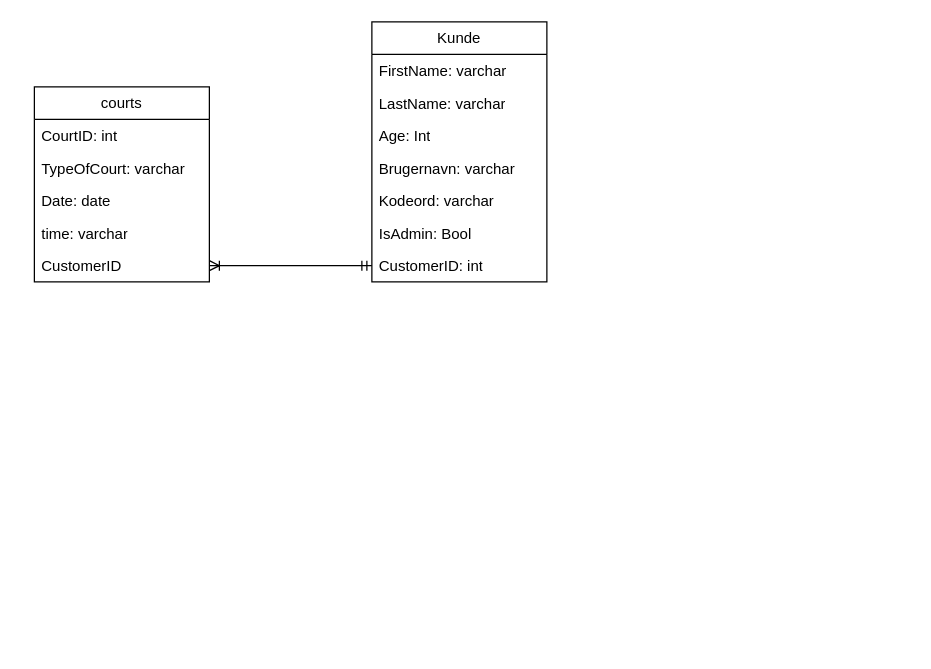
SuneVilsgaard/progb keeps this draw.io diagram as erdiagram.drawio. Above is the earlier version. Source tidied: cells renumbered, new cells numbered last; positions are measured from the earlier drawing's top-left corner, leaving out a move shared by most shapes. Both pictures are drawn from the tidied source at 125%, with x=0, y=0 at pixel (34, 21).
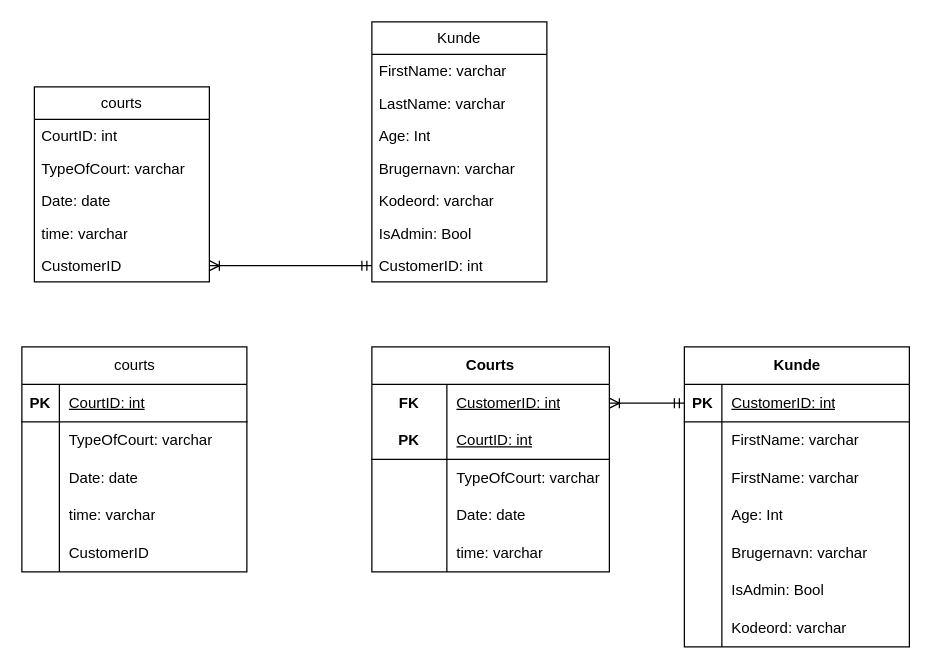
Above is the later version.

Change to the diagram source:
```diff
@@
+    <mxCell id="17" value="&lt;span style=&quot;font-weight: 400; text-wrap-mode: wrap;&quot;&gt;courts&lt;/span&gt;" style="shape=table;startSize=30;childLayout=tableLayout;rowLines=0;fontStyle=1;align=center;html=1;" parent="1" vertex="1">
+      <mxGeometry x="-10" y="260" width="180" height="180" as="geometry" />
+    </mxCell>
+    <mxCell id="18" style="shape=tableRow;horizontal=0;startSize=0;swimlaneHead=0;swimlaneBody=0;fillColor=none;top=0;left=0;right=0;bottom=1;" parent="17" vertex="1">
+      <mxGeometry y="30" width="180" height="30" as="geometry" />
+    </mxCell>
+    <mxCell id="19" value="PK" style="shape=partialRectangle;fillColor=none;top=0;left=0;bottom=0;right=0;fontStyle=1;overflow=hidden;whiteSpace=wrap;html=1;" parent="18" vertex="1">
+      <mxGeometry width="30" height="30" as="geometry" />
+    </mxCell>
+    <mxCell id="20" value="&lt;span style=&quot;font-weight: 400;&quot;&gt;CourtID: int&lt;/span&gt;" style="shape=partialRectangle;fillColor=none;top=0;left=0;bottom=0;right=0;align=left;spacingLeft=6;fontStyle=5;overflow=hidden;whiteSpace=wrap;html=1;" parent="18" vertex="1">
+      <mxGeometry x="30" width="150" height="30" as="geometry" />
+    </mxCell>
+    <mxCell id="21" style="shape=tableRow;horizontal=0;startSize=0;swimlaneHead=0;swimlaneBody=0;fillColor=none;top=0;left=0;right=0;bottom=0;" parent="17" vertex="1">
+      <mxGeometry y="60" width="180" height="30" as="geometry" />
+    </mxCell>
+    <mxCell id="22" style="shape=partialRectangle;fillColor=none;top=0;left=0;bottom=0;right=0;overflow=hidden;whiteSpace=wrap;html=1;" parent="21" vertex="1">
+      <mxGeometry width="30" height="30" as="geometry" />
+    </mxCell>
+    <mxCell id="23" value="TypeOfCourt: varchar" style="shape=partialRectangle;fillColor=none;top=0;left=0;bottom=0;right=0;align=left;spacingLeft=6;overflow=hidden;whiteSpace=wrap;html=1;" parent="21" vertex="1">
+      <mxGeometry x="30" width="150" height="30" as="geometry" />
+    </mxCell>
+    <mxCell id="24" style="shape=tableRow;horizontal=0;startSize=0;swimlaneHead=0;swimlaneBody=0;fillColor=none;top=0;left=0;right=0;bottom=0;" parent="17" vertex="1">
+      <mxGeometry y="90" width="180" height="30" as="geometry" />
+    </mxCell>
+    <mxCell id="25" style="shape=partialRectangle;fillColor=none;top=0;left=0;bottom=0;right=0;overflow=hidden;whiteSpace=wrap;html=1;" parent="24" vertex="1">
+      <mxGeometry width="30" height="30" as="geometry" />
+    </mxCell>
+    <mxCell id="26" value="Date: date" style="shape=partialRectangle;fillColor=none;top=0;left=0;bottom=0;right=0;align=left;spacingLeft=6;overflow=hidden;whiteSpace=wrap;html=1;" parent="24" vertex="1">
+      <mxGeometry x="30" width="150" height="30" as="geometry" />
+    </mxCell>
+    <mxCell id="27" style="shape=tableRow;horizontal=0;startSize=0;swimlaneHead=0;swimlaneBody=0;fillColor=none;top=0;left=0;right=0;bottom=0;" parent="17" vertex="1">
+      <mxGeometry y="120" width="180" height="30" as="geometry" />
+    </mxCell>
+    <mxCell id="28" style="shape=partialRectangle;fillColor=none;top=0;left=0;bottom=0;right=0;overflow=hidden;whiteSpace=wrap;html=1;" parent="27" vertex="1">
+      <mxGeometry width="30" height="30" as="geometry" />
+    </mxCell>
+    <mxCell id="29" value="time: varchar" style="shape=partialRectangle;fillColor=none;top=0;left=0;bottom=0;right=0;align=left;spacingLeft=6;overflow=hidden;whiteSpace=wrap;html=1;" parent="27" vertex="1">
+      <mxGeometry x="30" width="150" height="30" as="geometry" />
+    </mxCell>
+    <mxCell id="30" style="shape=tableRow;horizontal=0;startSize=0;swimlaneHead=0;swimlaneBody=0;fillColor=none;top=0;left=0;right=0;bottom=0;" parent="17" vertex="1">
+      <mxGeometry y="150" width="180" height="30" as="geometry" />
+    </mxCell>
+    <mxCell id="31" style="shape=partialRectangle;fillColor=none;top=0;left=0;bottom=0;right=0;overflow=hidden;whiteSpace=wrap;html=1;" parent="30" vertex="1">
+      <mxGeometry width="30" height="30" as="geometry" />
+    </mxCell>
+    <mxCell id="32" value="CustomerID" style="shape=partialRectangle;fillColor=none;top=0;left=0;bottom=0;right=0;align=left;spacingLeft=6;overflow=hidden;whiteSpace=wrap;html=1;" parent="30" vertex="1">
+      <mxGeometry x="30" width="150" height="30" as="geometry" />
+    </mxCell>
+    <mxCell id="33" value="Kunde" style="shape=table;startSize=30;childLayout=tableLayout;rowLines=0;fontStyle=1;align=center;html=1;" parent="1" vertex="1">
+      <mxGeometry x="520" y="260" width="180" height="240" as="geometry" />
+    </mxCell>
+    <mxCell id="34" style="shape=tableRow;horizontal=0;startSize=0;swimlaneHead=0;swimlaneBody=0;fillColor=none;points=[[0,0.5],[1,0.5]];portConstraint=eastwest;top=0;left=0;right=0;bottom=1;" parent="33" vertex="1">
+      <mxGeometry y="30" width="180" height="30" as="geometry" />
+    </mxCell>
+    <mxCell id="35" value="PK" style="shape=partialRectangle;fillColor=none;top=0;left=0;bottom=0;right=0;fontStyle=1;overflow=hidden;whiteSpace=wrap;html=1;" parent="34" vertex="1">
+      <mxGeometry width="30" height="30" as="geometry" />
+    </mxCell>
+    <mxCell id="36" value="&lt;span style=&quot;font-weight: 400;&quot;&gt;CustomerID: int&lt;/span&gt;" style="shape=partialRectangle;fillColor=none;top=0;left=0;bottom=0;right=0;align=left;spacingLeft=6;fontStyle=5;overflow=hidden;whiteSpace=wrap;html=1;" parent="34" vertex="1">
+      <mxGeometry x="30" width="150" height="30" as="geometry" />
+    </mxCell>
+    <mxCell id="37" style="shape=tableRow;horizontal=0;startSize=0;swimlaneHead=0;swimlaneBody=0;fillColor=none;top=0;left=0;right=0;bottom=0;" parent="33" vertex="1">
+      <mxGeometry y="60" width="180" height="30" as="geometry" />
+    </mxCell>
+    <mxCell id="38" style="shape=partialRectangle;fillColor=none;top=0;left=0;bottom=0;right=0;overflow=hidden;whiteSpace=wrap;html=1;" parent="37" vertex="1">
+      <mxGeometry width="30" height="30" as="geometry" />
+    </mxCell>
+    <mxCell id="39" value="FirstName: varchar" style="shape=partialRectangle;fillColor=none;top=0;left=0;bottom=0;right=0;align=left;spacingLeft=6;overflow=hidden;whiteSpace=wrap;html=1;" parent="37" vertex="1">
+      <mxGeometry x="30" width="150" height="30" as="geometry" />
+    </mxCell>
+    <mxCell id="40" style="shape=tableRow;horizontal=0;startSize=0;swimlaneHead=0;swimlaneBody=0;fillColor=none;top=0;left=0;right=0;bottom=0;" parent="33" vertex="1">
+      <mxGeometry y="90" width="180" height="30" as="geometry" />
+    </mxCell>
+    <mxCell id="41" style="shape=partialRectangle;fillColor=none;top=0;left=0;bottom=0;right=0;overflow=hidden;whiteSpace=wrap;html=1;" parent="40" vertex="1">
+      <mxGeometry width="30" height="30" as="geometry" />
+    </mxCell>
+    <mxCell id="42" value="FirstName: varchar" style="shape=partialRectangle;fillColor=none;top=0;left=0;bottom=0;right=0;align=left;spacingLeft=6;overflow=hidden;whiteSpace=wrap;html=1;" parent="40" vertex="1">
+      <mxGeometry x="30" width="150" height="30" as="geometry" />
+    </mxCell>
+    <mxCell id="43" style="shape=tableRow;horizontal=0;startSize=0;swimlaneHead=0;swimlaneBody=0;fillColor=none;top=0;left=0;right=0;bottom=0;" parent="33" vertex="1">
+      <mxGeometry y="120" width="180" height="30" as="geometry" />
+    </mxCell>
+    <mxCell id="44" style="shape=partialRectangle;fillColor=none;top=0;left=0;bottom=0;right=0;overflow=hidden;whiteSpace=wrap;html=1;" parent="43" vertex="1">
+      <mxGeometry width="30" height="30" as="geometry" />
+    </mxCell>
+    <mxCell id="45" value="Age: Int" style="shape=partialRectangle;fillColor=none;top=0;left=0;bottom=0;right=0;align=left;spacingLeft=6;overflow=hidden;whiteSpace=wrap;html=1;" parent="43" vertex="1">
+      <mxGeometry x="30" width="150" height="30" as="geometry" />
+    </mxCell>
+    <mxCell id="46" style="shape=tableRow;horizontal=0;startSize=0;swimlaneHead=0;swimlaneBody=0;fillColor=none;top=0;left=0;right=0;bottom=0;" parent="33" vertex="1">
+      <mxGeometry y="150" width="180" height="30" as="geometry" />
+    </mxCell>
+    <mxCell id="47" style="shape=partialRectangle;fillColor=none;top=0;left=0;bottom=0;right=0;overflow=hidden;whiteSpace=wrap;html=1;" parent="46" vertex="1">
+      <mxGeometry width="30" height="30" as="geometry" />
+    </mxCell>
+    <mxCell id="48" value="Brugernavn: varchar" style="shape=partialRectangle;fillColor=none;top=0;left=0;bottom=0;right=0;align=left;spacingLeft=6;overflow=hidden;whiteSpace=wrap;html=1;" parent="46" vertex="1">
+      <mxGeometry x="30" width="150" height="30" as="geometry" />
+    </mxCell>
+    <mxCell id="49" style="shape=tableRow;horizontal=0;startSize=0;swimlaneHead=0;swimlaneBody=0;fillColor=none;top=0;left=0;right=0;bottom=0;" parent="33" vertex="1">
+      <mxGeometry y="180" width="180" height="30" as="geometry" />
+    </mxCell>
+    <mxCell id="50" style="shape=partialRectangle;fillColor=none;top=0;left=0;bottom=0;right=0;overflow=hidden;whiteSpace=wrap;html=1;" parent="49" vertex="1">
+      <mxGeometry width="30" height="30" as="geometry" />
+    </mxCell>
+    <mxCell id="51" value="IsAdmin: Bool" style="shape=partialRectangle;fillColor=none;top=0;left=0;bottom=0;right=0;align=left;spacingLeft=6;overflow=hidden;whiteSpace=wrap;html=1;" parent="49" vertex="1">
+      <mxGeometry x="30" width="150" height="30" as="geometry" />
+    </mxCell>
+    <mxCell id="52" style="shape=tableRow;horizontal=0;startSize=0;swimlaneHead=0;swimlaneBody=0;fillColor=none;top=0;left=0;right=0;bottom=0;" parent="33" vertex="1">
+      <mxGeometry y="210" width="180" height="30" as="geometry" />
+    </mxCell>
+    <mxCell id="53" style="shape=partialRectangle;fillColor=none;top=0;left=0;bottom=0;right=0;overflow=hidden;whiteSpace=wrap;html=1;" parent="52" vertex="1">
+      <mxGeometry width="30" height="30" as="geometry" />
+    </mxCell>
+    <mxCell id="54" value="Kodeord: varchar" style="shape=partialRectangle;fillColor=none;top=0;left=0;bottom=0;right=0;align=left;spacingLeft=6;overflow=hidden;whiteSpace=wrap;html=1;" parent="52" vertex="1">
+      <mxGeometry x="30" width="150" height="30" as="geometry" />
+    </mxCell>
+    <mxCell id="55" value="Courts" style="shape=table;startSize=30;childLayout=tableLayout;rowLines=0;fontStyle=1;align=center;html=1;whiteSpace=wrap;" parent="1" vertex="1">
+      <mxGeometry x="270" y="260" width="190" height="180" as="geometry" />
+    </mxCell>
+    <mxCell id="56" style="shape=tableRow;horizontal=0;startSize=0;swimlaneHead=0;swimlaneBody=0;fillColor=none;points=[[0,0.5],[1,0.5]];portConstraint=eastwest;top=0;left=0;right=0;bottom=0;html=1;" parent="55" vertex="1">
+      <mxGeometry y="30" width="190" height="30" as="geometry" />
+    </mxCell>
+    <mxCell id="57" value="FK" style="shape=partialRectangle;fillColor=none;top=0;left=0;bottom=0;right=0;fontStyle=1;overflow=hidden;html=1;whiteSpace=wrap;" parent="56" vertex="1">
+      <mxGeometry width="60" height="30" as="geometry" />
+    </mxCell>
+    <mxCell id="58" value="&lt;span style=&quot;font-weight: 400;&quot;&gt;CustomerID: int&lt;/span&gt;" style="shape=partialRectangle;fillColor=none;top=0;left=0;bottom=0;right=0;align=left;spacingLeft=6;fontStyle=5;overflow=hidden;html=1;whiteSpace=wrap;" parent="56" vertex="1">
+      <mxGeometry x="60" width="130" height="30" as="geometry" />
+    </mxCell>
+    <mxCell id="59" style="shape=tableRow;horizontal=0;startSize=0;swimlaneHead=0;swimlaneBody=0;fillColor=none;top=0;left=0;right=0;bottom=1;html=1;" parent="55" vertex="1">
+      <mxGeometry y="60" width="190" height="30" as="geometry" />
+    </mxCell>
+    <mxCell id="60" value="PK" style="shape=partialRectangle;fillColor=none;top=0;left=0;bottom=0;right=0;fontStyle=1;overflow=hidden;html=1;whiteSpace=wrap;" parent="59" vertex="1">
+      <mxGeometry width="60" height="30" as="geometry" />
+    </mxCell>
+    <mxCell id="61" value="&lt;span style=&quot;font-weight: 400;&quot;&gt;CourtID: int&lt;/span&gt;" style="shape=partialRectangle;fillColor=none;top=0;left=0;bottom=0;right=0;align=left;spacingLeft=6;fontStyle=5;overflow=hidden;html=1;whiteSpace=wrap;" parent="59" vertex="1">
+      <mxGeometry x="60" width="130" height="30" as="geometry" />
+    </mxCell>
+    <mxCell id="62" style="shape=tableRow;horizontal=0;startSize=0;swimlaneHead=0;swimlaneBody=0;fillColor=none;top=0;left=0;right=0;bottom=0;html=1;" parent="55" vertex="1">
+      <mxGeometry y="90" width="190" height="30" as="geometry" />
+    </mxCell>
+    <mxCell id="63" style="shape=partialRectangle;fillColor=none;top=0;left=0;bottom=0;right=0;overflow=hidden;html=1;whiteSpace=wrap;" parent="62" vertex="1">
+      <mxGeometry width="60" height="30" as="geometry" />
+    </mxCell>
+    <mxCell id="64" value="TypeOfCourt: varchar" style="shape=partialRectangle;fillColor=none;top=0;left=0;bottom=0;right=0;align=left;spacingLeft=6;overflow=hidden;html=1;whiteSpace=wrap;" parent="62" vertex="1">
+      <mxGeometry x="60" width="130" height="30" as="geometry" />
+    </mxCell>
+    <mxCell id="65" style="shape=tableRow;horizontal=0;startSize=0;swimlaneHead=0;swimlaneBody=0;fillColor=none;top=0;left=0;right=0;bottom=0;html=1;" parent="55" vertex="1">
+      <mxGeometry y="120" width="190" height="30" as="geometry" />
+    </mxCell>
+    <mxCell id="66" style="shape=partialRectangle;fillColor=none;top=0;left=0;bottom=0;right=0;overflow=hidden;html=1;whiteSpace=wrap;" parent="65" vertex="1">
+      <mxGeometry width="60" height="30" as="geometry" />
+    </mxCell>
+    <mxCell id="67" value="Date: date" style="shape=partialRectangle;fillColor=none;top=0;left=0;bottom=0;right=0;align=left;spacingLeft=6;overflow=hidden;html=1;whiteSpace=wrap;" parent="65" vertex="1">
+      <mxGeometry x="60" width="130" height="30" as="geometry" />
+    </mxCell>
+    <mxCell id="68" style="shape=tableRow;horizontal=0;startSize=0;swimlaneHead=0;swimlaneBody=0;fillColor=none;top=0;left=0;right=0;bottom=0;html=1;" parent="55" vertex="1">
+      <mxGeometry y="150" width="190" height="30" as="geometry" />
+    </mxCell>
+    <mxCell id="69" style="shape=partialRectangle;fillColor=none;top=0;left=0;bottom=0;right=0;overflow=hidden;html=1;whiteSpace=wrap;" parent="68" vertex="1">
+      <mxGeometry width="60" height="30" as="geometry" />
+    </mxCell>
+    <mxCell id="70" value="time: varchar" style="shape=partialRectangle;fillColor=none;top=0;left=0;bottom=0;right=0;align=left;spacingLeft=6;overflow=hidden;html=1;whiteSpace=wrap;" parent="68" vertex="1">
+      <mxGeometry x="60" width="130" height="30" as="geometry" />
+    </mxCell>
+    <mxCell id="71" style="edgeStyle=entityRelationEdgeStyle;fontSize=12;html=1;endArrow=ERmandOne;rounded=0;entryX=0;entryY=0.5;entryDx=0;entryDy=0;exitX=1;exitY=0.5;exitDx=0;exitDy=0;startArrow=ERoneToMany;startFill=1;endFill=0;" parent="1" edge="1" source="56" target="34">
+      <mxGeometry relative="1" as="geometry" />
+    </mxCell>
```
